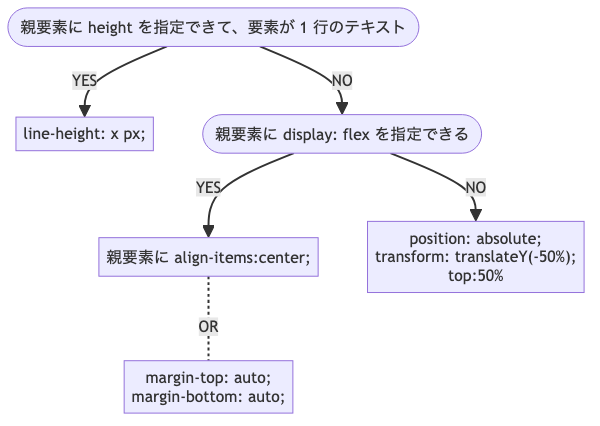
pokuwagata/yn2011-blog keeps this Mermaid diagram as public/images/posts/vertical-center.png. Above is the earlier version. Its source is kept beside it as mmd/vertical-center.mmd.
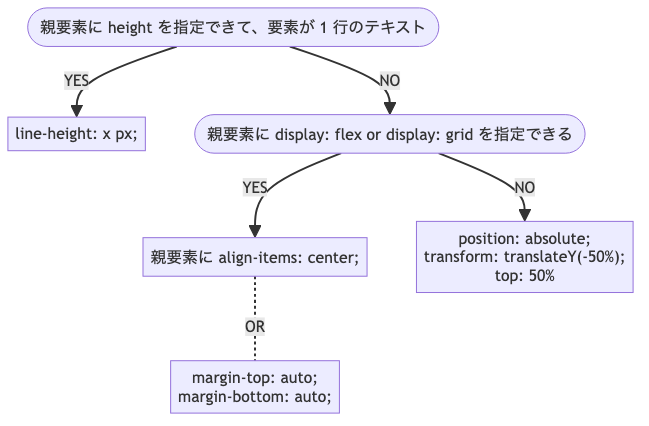
The same diagram one commit later.

The edit, as a diff of the source:
```diff
@@ -1,6 +1,6 @@
 graph TD;
     1([親要素に height を指定できて、要素が 1 行のテキスト])-- YES -->2[line-height: x px;];
-    1-- NO -->3([親要素に display: flex を指定できる]);
-    3-- YES -->4[親要素に align-items:center;]
+    1-- NO -->3([親要素に display: flex or display: grid を指定できる]);
+    3-- YES -->4[親要素に align-items: center;]
     4-. OR .-5["margin-top: auto;\nmargin-bottom: auto;"]
-    3-- NO -->6["position: absolute;\ntransform: translateY(-50%);\ntop:50%"]
+    3-- NO -->9["position: absolute;\ntransform: translateY(-50%);\ntop: 50%"]
```
